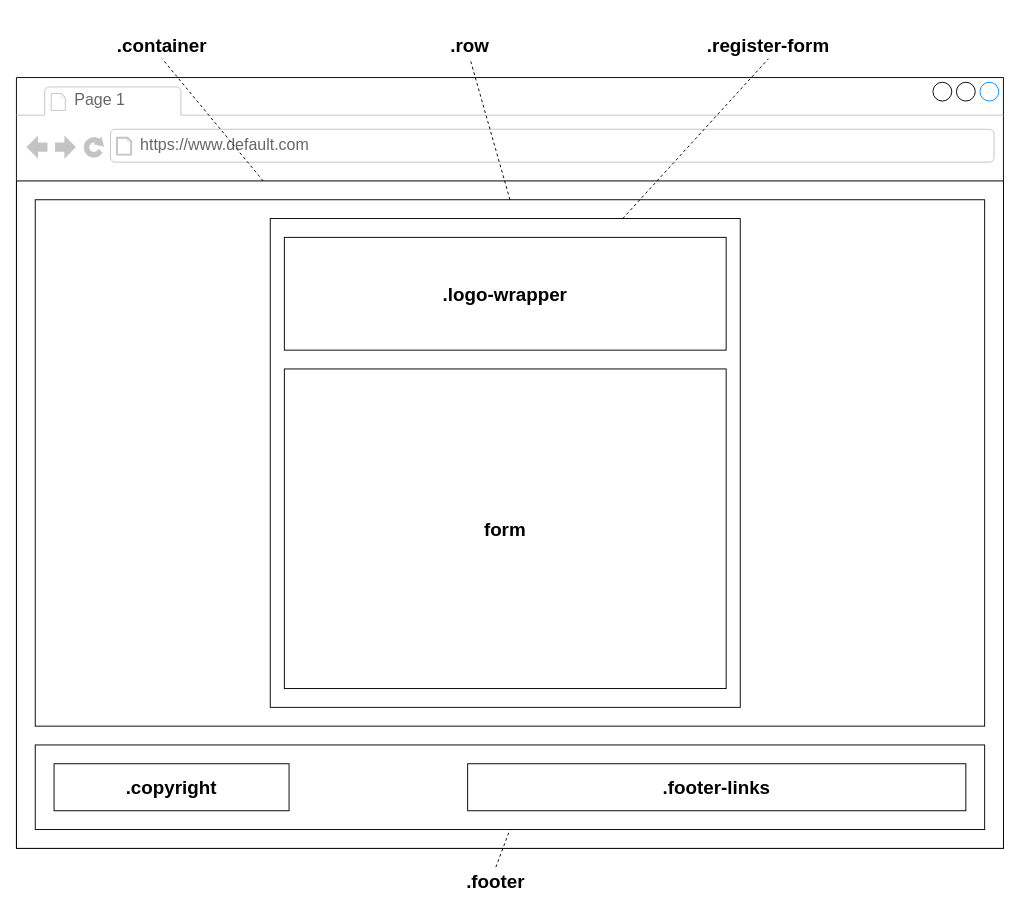
This is TaskAgile/Layout Diagram.drawio from 23enje/Diagram, a draw.io file, before an edit. Source tidied: cells renumbered, new cells numbered last; positions are measured from the earlier drawing's top-left corner, leaving out a move shared by most shapes. Both pictures are drawn from the tidied source at 94%, with x=0, y=0 at pixel (16, 30).
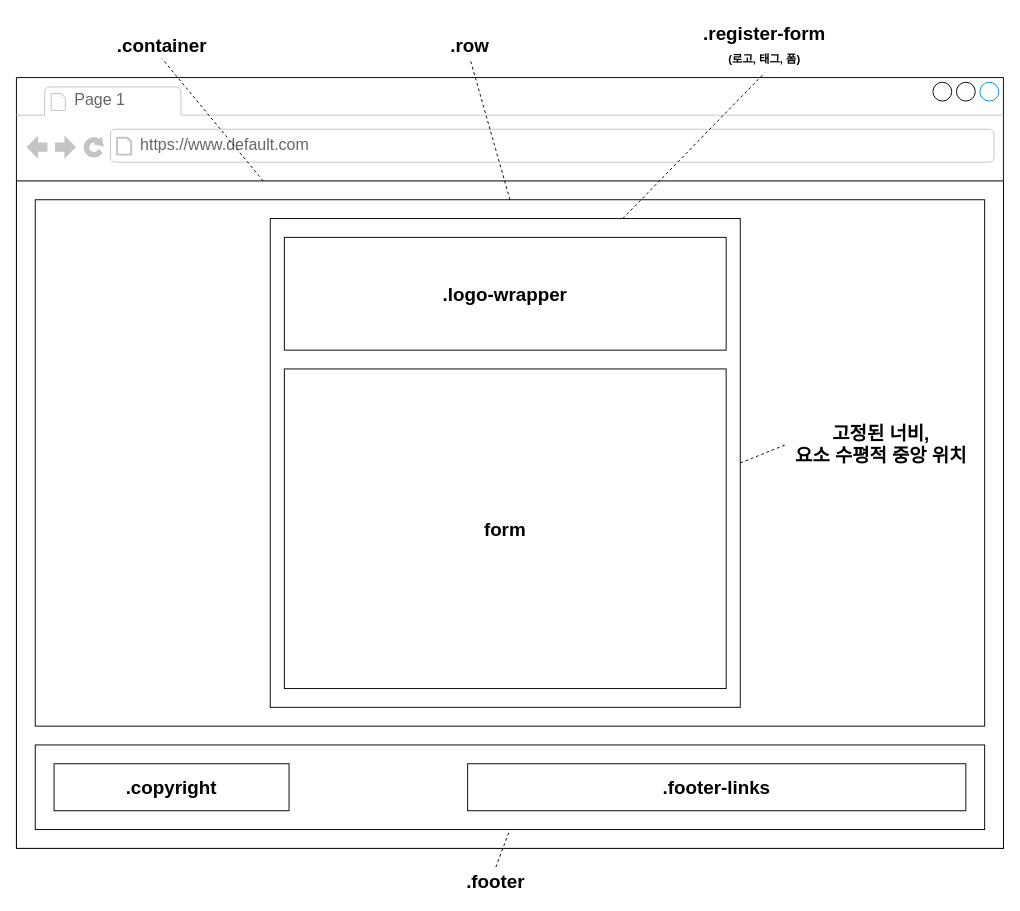
The same diagram, later.

Unchanged cells that the change refers to:
```xml
<mxCell id="2" style="strokeWidth=1;shadow=0;dashed=0;align=center;html=1;shape=mxgraph.mockup.containers.browserWindow;rSize=0;mainText=,;rounded=0;labelBackgroundColor=none;fontFamily=Verdana;fontSize=12;" parent="1" vertex="1">
  <mxGeometry y="50" width="1050" height="820" as="geometry" />
</mxCell>
<mxCell id="7" style="rounded=0;whiteSpace=wrap;html=1;fontSize=20;flipV=0;flipH=1;" parent="2" vertex="1">
  <mxGeometry x="270" y="150" width="500" height="520" as="geometry" />
</mxCell>
```

The edit, as a diff of the source:
```diff
@@
+    <mxCell id="21" style="edgeStyle=none;rounded=0;jettySize=auto;html=1;exitX=1;exitY=0.5;exitDx=0;exitDy=0;entryX=0;entryY=0.5;entryDx=0;entryDy=0;dashed=1;fontSize=12;endArrow=none;endFill=0;" parent="2" edge="1" source="7" target="22">
+      <mxGeometry relative="1" as="geometry" />
+    </mxCell>
@@
+    <mxCell id="22" value="&lt;b&gt;&lt;font&gt;고정된 너비,&lt;br&gt;요소 수평적 중앙 위치&lt;/font&gt;&lt;br&gt;&lt;/b&gt;" style="text;html=1;strokeColor=none;fillColor=none;align=center;verticalAlign=middle;whiteSpace=wrap;rounded=0;fontSize=20;" parent="2" vertex="1">
+      <mxGeometry x="820" y="360" width="200" height="60" as="geometry" />
+    </mxCell>
-    <mxCell id="13" value="&lt;b&gt;.register-form&lt;/b&gt;" style="text;html=1;strokeColor=none;fillColor=none;align=center;verticalAlign=middle;whiteSpace=wrap;rounded=0;fontSize=20;" parent="1" vertex="1">
-      <mxGeometry x="730" width="140" height="30" as="geometry" />
+    <mxCell id="13" value="&lt;b&gt;.register-form&lt;br&gt;&lt;font style=&quot;font-size: 12px&quot;&gt;(로고, 태그, 폼)&lt;/font&gt;&lt;br&gt;&lt;/b&gt;" style="text;html=1;strokeColor=none;fillColor=none;align=center;verticalAlign=middle;whiteSpace=wrap;rounded=0;fontSize=20;" parent="1" vertex="1">
+      <mxGeometry x="721" y="-15" width="150" height="60" as="geometry" />
     </mxCell>
-    <mxCell id="14" style="edgeStyle=none;rounded=0;jettySize=auto;html=1;exitX=0.75;exitY=0;exitDx=0;exitDy=0;entryX=0.5;entryY=1;entryDx=0;entryDy=0;dashed=1;fontSize=20;endArrow=none;endFill=0;" parent="1" edge="1" source="7" target="13">
-      <mxGeometry relative="1" as="geometry" />
-    </mxCell>
@@
+    <mxCell id="14" style="rounded=0;jettySize=auto;html=1;exitX=0.75;exitY=0;exitDx=0;exitDy=0;entryX=0.5;entryY=1;entryDx=0;entryDy=0;fontSize=12;endArrow=none;endFill=0;dashed=1;" parent="1" edge="1" source="7" target="13">
+      <mxGeometry relative="1" as="geometry" />
+    </mxCell>
```
